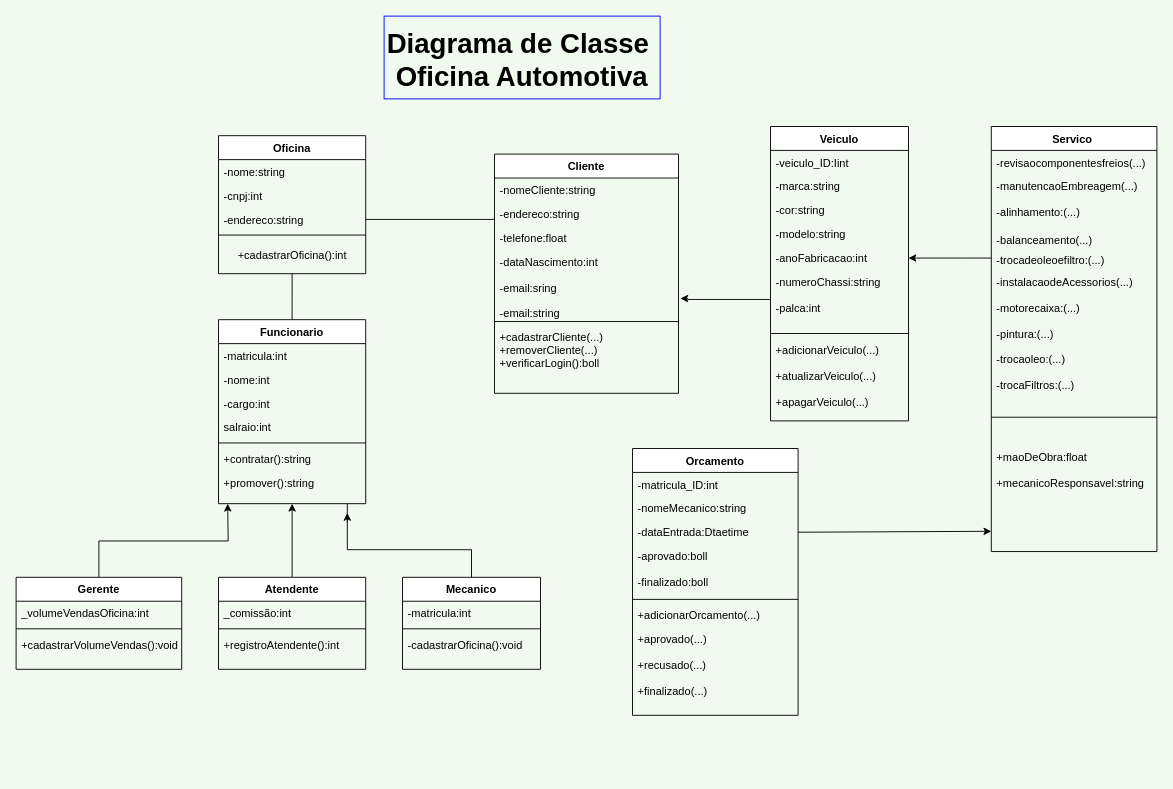
Earlier version of the draw.io diagram diagrama CRM Automotivo.drawio (Jcblustosa/crm-auto). Source tidied: cells renumbered, new cells numbered last; positions are measured from the earlier drawing's top-left corner, leaving out a move shared by most shapes. Both pictures are drawn from the tidied source at 92%, with x=0, y=0 at pixel (16, 16).
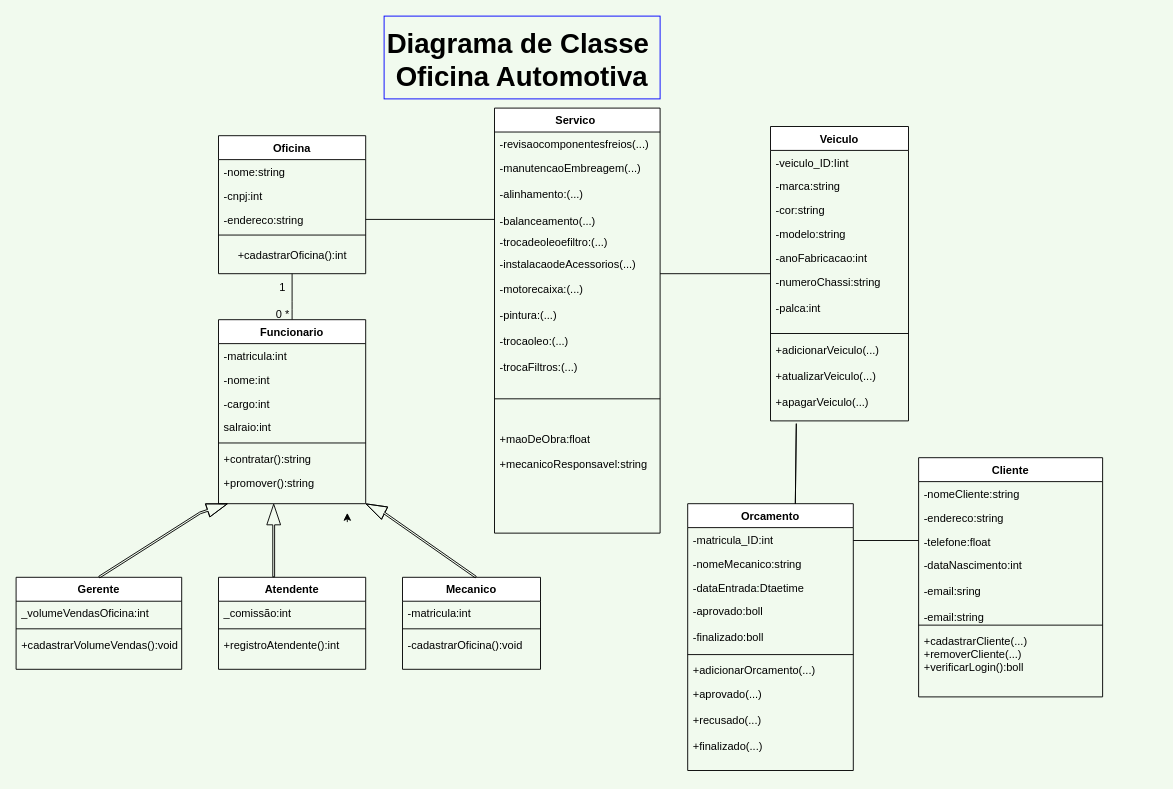
After the change.

The change refers to these unchanged cells:
```xml
<mxCell id="10" value="Funcionario" style="swimlane;fontStyle=1;align=center;verticalAlign=top;horizontal=1;startSize=26;rounded=0;shadow=0;strokeWidth=1;" parent="1" vertex="1">
  <mxGeometry x="220" y="330" width="160" height="200" as="geometry" />
</mxCell>
<mxCell id="19" value="Gerente" style="swimlane;fontStyle=1;align=center;verticalAlign=top;horizontal=1;startSize=26;rounded=0;shadow=0;strokeWidth=1;" parent="1" vertex="1">
  <mxGeometry y="610" width="180" height="100" as="geometry" />
</mxCell>
<mxCell id="24" value="Atendente" style="swimlane;fontStyle=1;align=center;verticalAlign=top;horizontal=1;startSize=26;rounded=0;shadow=0;strokeWidth=1;" parent="1" vertex="1">
  <mxGeometry x="220" y="610" width="160" height="100" as="geometry" />
</mxCell>
<mxCell id="29" value="Mecanico" style="swimlane;fontStyle=1;align=center;verticalAlign=top;horizontal=1;startSize=26;rounded=0;shadow=0;strokeWidth=1;" parent="1" vertex="1">
  <mxGeometry x="420" y="610" width="150" height="100" as="geometry" />
</mxCell>
<mxCell id="38" value="-dataNascimento:int&#10;&#10;-email:sring&#10;&#10;-email:string" style="text;align=left;verticalAlign=top;spacingLeft=4;spacingRight=4;overflow=hidden;points=[[0,0.5],[1,0.5]];portConstraint=eastwest;rounded=0;shadow=0;html=0;textDirection=ltr;" parent="34" vertex="1">
  <mxGeometry y="104" width="200" height="74" as="geometry" />
</mxCell>
<mxCell id="44" value="-dataEntrada:Dtaetime" style="text;align=left;verticalAlign=top;spacingLeft=4;spacingRight=4;overflow=hidden;points=[[0,0.5],[1,0.5]];portConstraint=eastwest;rounded=0;shadow=0;html=0;" parent="41" vertex="1">
  <mxGeometry y="78" width="180" height="26" as="geometry" />
</mxCell>
<mxCell id="54" value="-anoFabricacao:int" style="text;align=left;verticalAlign=top;spacingLeft=4;spacingRight=4;overflow=hidden;points=[[0,0.5],[1,0.5]];portConstraint=eastwest;" parent="49" vertex="1">
  <mxGeometry y="130" width="150" height="26" as="geometry" />
</mxCell>
<mxCell id="55" value="-numeroChassi:string&#10;&#10;-palca:int" style="text;align=left;verticalAlign=top;spacingLeft=4;spacingRight=4;overflow=hidden;points=[[0,0.5],[1,0.5]];portConstraint=eastwest;" parent="49" vertex="1">
  <mxGeometry y="156" width="150" height="64" as="geometry" />
</mxCell>
<mxCell id="57" value="+adicionarVeiculo(...)&#10;&#10;+atualizarVeiculo(...)&#10;&#10;+apagarVeiculo(...)" style="text;align=left;verticalAlign=top;spacingLeft=4;spacingRight=4;overflow=hidden;points=[[0,0.5],[1,0.5]];portConstraint=eastwest;" parent="49" vertex="1">
  <mxGeometry y="230" width="150" height="90" as="geometry" />
</mxCell>
<mxCell id="62" value="-trocadeoleoefiltro:(...)" style="text;align=left;verticalAlign=top;spacingLeft=4;spacingRight=4;overflow=hidden;points=[[0,0.5],[1,0.5]];portConstraint=eastwest;" parent="58" vertex="1">
  <mxGeometry y="132" width="180" height="24" as="geometry" />
</mxCell>
```

Diff of the diagram source:
```diff
@@
-    <mxCell id="18" style="edgeStyle=orthogonalEdgeStyle;rounded=0;jettySize=auto;html=1;exitX=0.5;exitY=0;exitDx=0;exitDy=0;fontSize=30;" parent="1" edge="1" source="19">
-      <mxGeometry relative="1" as="geometry">
-        <mxPoint x="230" y="530" as="targetPoint" />
-      </mxGeometry>
-    </mxCell>
@@
-    <mxCell id="23" style="edgeStyle=orthogonalEdgeStyle;rounded=0;jettySize=auto;html=1;entryX=0.5;entryY=1;entryDx=0;entryDy=0;fontSize=30;" parent="1" edge="1" source="24" target="10">
-      <mxGeometry relative="1" as="geometry" />
+    <mxCell id="23" style="edgeStyle=orthogonalEdgeStyle;rounded=0;jettySize=auto;html=1;entryX=0.5;entryY=1;entryDx=0;entryDy=0;fontSize=30;startArrow=none;" parent="1" edge="1" target="10">
+      <mxGeometry relative="1" as="geometry">
+        <mxPoint x="300" y="530" as="sourcePoint" />
+      </mxGeometry>
     </mxCell>
@@
-    <mxCell id="33" style="edgeStyle=orthogonalEdgeStyle;rounded=0;jettySize=auto;html=1;fontSize=30;endArrow=none;" parent="1" edge="1" source="29">
-      <mxGeometry relative="1" as="geometry">
-        <mxPoint x="360" y="530" as="targetPoint" />
-        <Array as="points">
-          <mxPoint x="495" y="580" />
-          <mxPoint x="360" y="580" />
-        </Array>
-      </mxGeometry>
-    </mxCell>
     <mxCell id="34" value="Cliente" style="swimlane;fontStyle=1;align=center;verticalAlign=top;horizontal=1;startSize=26;rounded=0;shadow=0;strokeWidth=1;" parent="1" vertex="1">
-      <mxGeometry x="520" y="150" width="200" height="260" as="geometry" />
+      <mxGeometry x="981" y="480" width="200" height="260" as="geometry" />
     </mxCell>
@@
     <mxCell id="41" value="Orcamento" style="swimlane;fontStyle=1;align=center;verticalAlign=top;horizontal=1;startSize=26;rounded=0;shadow=0;strokeWidth=1;" parent="1" vertex="1">
-      <mxGeometry x="670" y="470" width="180" height="290" as="geometry" />
+      <mxGeometry x="730" y="530" width="180" height="290" as="geometry" />
     </mxCell>
@@
     <mxCell id="58" value="Servico " style="swimlane;fontStyle=1;align=center;verticalAlign=top;horizontal=1;startSize=26;rounded=0;shadow=0;strokeWidth=1;" parent="1" vertex="1">
-      <mxGeometry x="1060" y="120" width="180" height="462" as="geometry" />
+      <mxGeometry x="520" y="100" width="180" height="462" as="geometry" />
     </mxCell>
@@
-    <mxCell id="67" style="edgeStyle=orthogonalEdgeStyle;rounded=0;jettySize=auto;html=1;entryX=1.01;entryY=0.716;entryDx=0;entryDy=0;entryPerimeter=0;" parent="1" edge="1" source="55" target="38">
-      <mxGeometry relative="1" as="geometry">
-        <Array as="points">
-          <mxPoint x="730" y="308" />
-        </Array>
-      </mxGeometry>
-    </mxCell>
-    <mxCell id="68" style="edgeStyle=orthogonalEdgeStyle;rounded=0;jettySize=auto;html=1;entryX=1;entryY=0.5;entryDx=0;entryDy=0;" parent="1" edge="1" source="62" target="54">
-      <mxGeometry relative="1" as="geometry">
-        <Array as="points">
-          <mxPoint x="1030" y="263" />
-          <mxPoint x="1030" y="263" />
-        </Array>
-      </mxGeometry>
-    </mxCell>
-    <mxCell id="69" style="endArrow=classic;html=1;rounded=0;exitX=1;exitY=0.5;exitDx=0;exitDy=0;" parent="1" edge="1" source="44">
-      <mxGeometry relative="1" as="geometry">
-        <mxPoint x="1060" y="560" as="targetPoint" />
-      </mxGeometry>
-    </mxCell>
+    <mxCell id="70" value="0 *" style="text;html=1;strokeColor=none;fillColor=none;align=center;verticalAlign=middle;whiteSpace=wrap;rounded=0;" parent="1" vertex="1">
+      <mxGeometry x="260" y="280" width="60" height="90" as="geometry" />
+    </mxCell>
+    <mxCell id="71" value="1" style="text;html=1;strokeColor=none;fillColor=none;align=center;verticalAlign=middle;whiteSpace=wrap;rounded=0;" parent="1" vertex="1">
+      <mxGeometry x="260" y="280" width="60" height="30" as="geometry" />
+    </mxCell>
+    <mxCell id="72" style="endArrow=open;endFill=1;endSize=7.15;html=1;rounded=0;shape=flexArrow;width=2;endWidth=12;exitX=0.5;exitY=0;exitDx=0;exitDy=0;" parent="1" edge="1" source="19">
+      <mxGeometry relative="1" as="geometry">
+        <mxPoint x="230" y="530" as="targetPoint" />
+        <Array as="points">
+          <mxPoint x="200" y="540" />
+        </Array>
+      </mxGeometry>
+    </mxCell>
+    <mxCell id="73" style="endArrow=open;endFill=1;endSize=7.15;html=1;rounded=0;shape=flexArrow;width=2;endWidth=12;exitX=0.5;exitY=0;exitDx=0;exitDy=0;" parent="1" edge="1">
+      <mxGeometry relative="1" as="geometry">
+        <mxPoint x="280" y="610" as="sourcePoint" />
+        <mxPoint x="280" y="530" as="targetPoint" />
+      </mxGeometry>
+    </mxCell>
+    <mxCell id="74" style="endArrow=open;endFill=1;endSize=7.15;html=1;rounded=0;shape=flexArrow;width=2;endWidth=12;entryX=1;entryY=1;entryDx=0;entryDy=0;" parent="1" edge="1" target="10">
+      <mxGeometry relative="1" as="geometry">
+        <mxPoint x="500" y="610" as="sourcePoint" />
+        <Array as="points">
+          <mxPoint x="400" y="540" />
+        </Array>
+      </mxGeometry>
+    </mxCell>
+    <mxCell id="75" style="line;strokeWidth=1;dashed=0;labelPosition=right;align=left;verticalAlign=middle;spacingTop=0;spacingLeft=6;" parent="1" vertex="1">
+      <mxGeometry x="700" y="240" width="120" height="80" as="geometry" />
+    </mxCell>
+    <mxCell id="76" style="line;strokeWidth=1;dashed=0;labelPosition=right;align=left;verticalAlign=middle;spacingTop=0;spacingLeft=6;" parent="1" vertex="1">
+      <mxGeometry x="910" y="530" width="71" height="80" as="geometry" />
+    </mxCell>
+    <mxCell id="77" style="shape=link;html=1;rounded=0;width=0;exitX=0.65;exitY=0;exitDx=0;exitDy=0;exitPerimeter=0;entryX=0.187;entryY=1.033;entryDx=0;entryDy=0;entryPerimeter=0;" parent="1" edge="1" source="41" target="57">
+      <mxGeometry relative="1" as="geometry" />
+    </mxCell>
```
